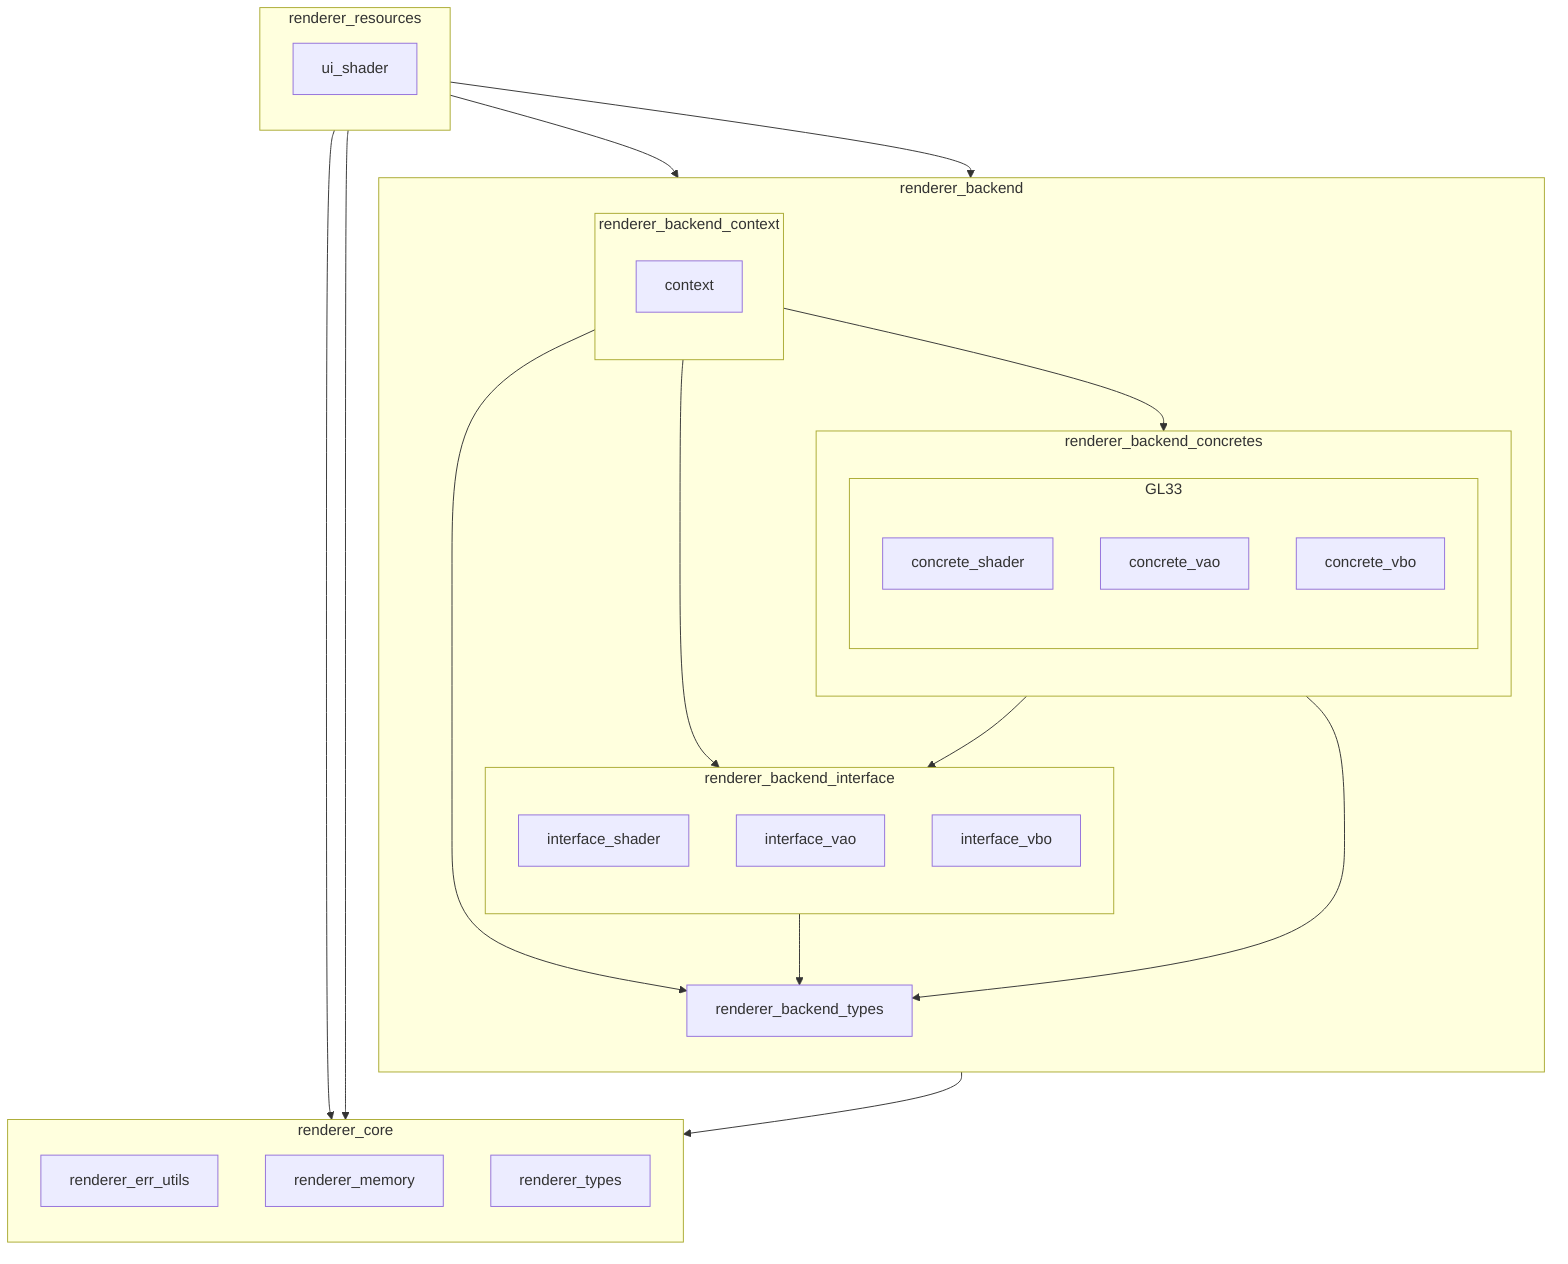
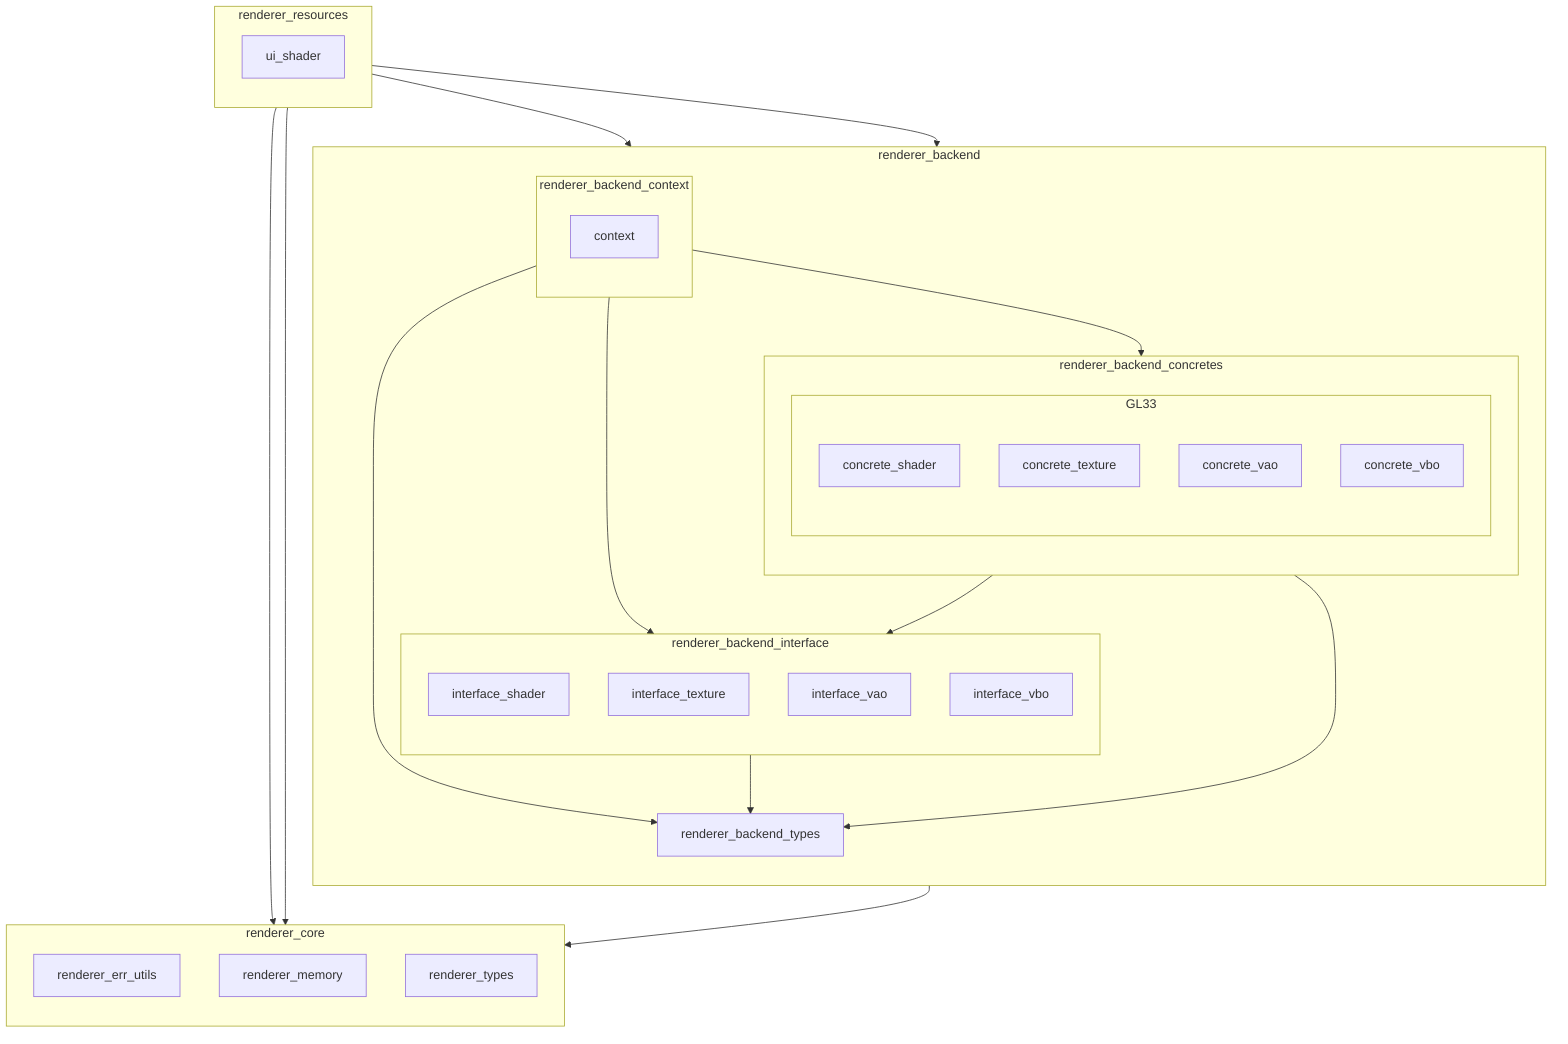
graph TD
  subgraph RENDERER_RESOURCES[renderer_resources]
    direction TB
    UI_SHADER[ui_shader]
  end

  subgraph RENDERER_CORE[renderer_core]
    direction TB
    RENDERER_ERR_UTILS[renderer_err_utils]
    RENDERER_MEMORY[renderer_memory]
    RENDERER_TYPES[renderer_types]
  end

  subgraph RENDERER_BACKEND[renderer_backend]
    direction TB
    RENDERER_BACKEND_TYPES[renderer_backend_types]

    subgraph RENDERER_BACKEND_INTERFACE[renderer_backend_interface]
      direction TB
      INTERFACE_SHADER[interface_shader]
+       INTERFACE_TEXTURE[interface_texture]
      INTERFACE_VAO[interface_vao]
      INTERFACE_VBO[interface_vbo]
    end

    subgraph RENDERER_BACKEND_CONCRETES[renderer_backend_concretes]
      direction TB
      subgraph GL33
        direction TB
        CONCRETE_SHADER[concrete_shader]
+         CONCRETE_TEXTURE[concrete_texture]
        CONCRETE_VAO[concrete_vao]
        CONCRETE_VBO[concrete_vbo]
      end
    end

    subgraph RENDERER_BACKEND_CONTEXT[renderer_backend_context]
      direction TB
      CONTEXT[context]
    end
  end

  RENDERER_RESOURCES --> CONTEXT
  RENDERER_RESOURCES --> RENDERER_BACKEND_TYPES
  RENDERER_RESOURCES --> RENDERER_ERR_UTILS
  RENDERER_RESOURCES --> RENDERER_MEMORY

  RENDERER_BACKEND_INTERFACE --> RENDERER_BACKEND_TYPES
  %% RENDERER_BACKEND_INTERFACE --> RENDERER_TYPES

  RENDERER_BACKEND_CONCRETES --> RENDERER_BACKEND_INTERFACE
  RENDERER_BACKEND_CONCRETES --> RENDERER_BACKEND_TYPES
  %% RENDERER_BACKEND_CONCRETES --> RENDERER_CORE

  %% CONTEXT --> RENDERER_CORE
  CONTEXT --> RENDERER_BACKEND_TYPES
  CONTEXT --> GL33
  CONTEXT --> RENDERER_BACKEND_INTERFACE

  RENDERER_BACKEND --> RENDERER_CORE
